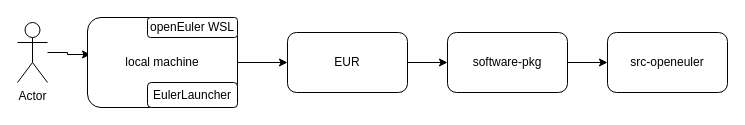
Before: developer_work_flow.drawio in pkking/mydrawio, a draw.io diagram. Source tidied: cells renumbered, new cells numbered last; positions are measured from the earlier drawing's top-left corner, leaving out a move shared by most shapes. Both pictures are drawn from the tidied source at 100%, with x=0, y=0 at pixel (17, 17).
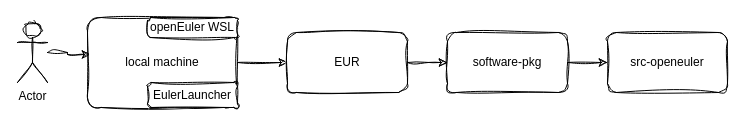
The same page after the edit.

Diff of the diagram source:
```diff
@@
 <mxGraphModel>
   <root>
     <mxCell id="0" />
     <mxCell id="1" parent="0" />
-    <mxCell id="2" style="edgeStyle=orthogonalEdgeStyle;rounded=0;jettySize=auto;html=1;entryX=0.02;entryY=0.411;entryDx=0;entryDy=0;entryPerimeter=0;" parent="1" edge="1" source="3" target="5">
+    <mxCell id="2" style="edgeStyle=orthogonalEdgeStyle;rounded=0;jettySize=auto;html=1;entryX=0.02;entryY=0.411;entryDx=0;entryDy=0;entryPerimeter=0;sketch=1;curveFitting=1;jiggle=2;" parent="1" edge="1" source="3" target="5">
       <mxGeometry relative="1" as="geometry" />
     </mxCell>
-    <mxCell id="3" value="Actor" style="shape=umlActor;verticalLabelPosition=bottom;verticalAlign=top;html=1;outlineConnect=0;" parent="1" vertex="1">
+    <mxCell id="3" value="Actor" style="shape=umlActor;verticalLabelPosition=bottom;verticalAlign=top;html=1;outlineConnect=0;sketch=1;curveFitting=1;jiggle=2;" parent="1" vertex="1">
       <mxGeometry y="5" width="30" height="60" as="geometry" />
     </mxCell>
-    <mxCell id="4" style="edgeStyle=orthogonalEdgeStyle;rounded=0;jettySize=auto;html=1;entryX=0;entryY=0.5;entryDx=0;entryDy=0;" parent="1" edge="1" source="5" target="7">
+    <mxCell id="4" style="edgeStyle=orthogonalEdgeStyle;rounded=0;jettySize=auto;html=1;entryX=0;entryY=0.5;entryDx=0;entryDy=0;sketch=1;curveFitting=1;jiggle=2;" parent="1" edge="1" source="5" target="7">
       <mxGeometry relative="1" as="geometry" />
     </mxCell>
-    <mxCell id="5" value="local machine" style="rounded=1;whiteSpace=wrap;html=1;" parent="1" vertex="1">
+    <mxCell id="5" value="local machine" style="rounded=1;whiteSpace=wrap;html=1;sketch=1;curveFitting=1;jiggle=2;" parent="1" vertex="1">
       <mxGeometry x="70" width="150" height="90" as="geometry" />
     </mxCell>
-    <mxCell id="6" style="edgeStyle=orthogonalEdgeStyle;rounded=0;jettySize=auto;html=1;" parent="1" edge="1" source="7" target="9">
+    <mxCell id="6" style="edgeStyle=orthogonalEdgeStyle;rounded=0;jettySize=auto;html=1;sketch=1;curveFitting=1;jiggle=2;" parent="1" edge="1" source="7" target="9">
       <mxGeometry relative="1" as="geometry" />
     </mxCell>
-    <mxCell id="7" value="EUR" style="rounded=1;whiteSpace=wrap;html=1;" parent="1" vertex="1">
+    <mxCell id="7" value="EUR" style="rounded=1;whiteSpace=wrap;html=1;sketch=1;curveFitting=1;jiggle=2;" parent="1" vertex="1">
       <mxGeometry x="270" y="15" width="120" height="60" as="geometry" />
     </mxCell>
-    <mxCell id="8" style="edgeStyle=orthogonalEdgeStyle;rounded=0;jettySize=auto;html=1;" parent="1" edge="1" source="9" target="10">
+    <mxCell id="8" style="edgeStyle=orthogonalEdgeStyle;rounded=0;jettySize=auto;html=1;sketch=1;curveFitting=1;jiggle=2;" parent="1" edge="1" source="9" target="10">
       <mxGeometry relative="1" as="geometry" />
     </mxCell>
-    <mxCell id="9" value="software-pkg" style="rounded=1;whiteSpace=wrap;html=1;" parent="1" vertex="1">
+    <mxCell id="9" value="software-pkg" style="rounded=1;whiteSpace=wrap;html=1;sketch=1;curveFitting=1;jiggle=2;" parent="1" vertex="1">
       <mxGeometry x="430" y="15" width="120" height="60" as="geometry" />
     </mxCell>
-    <mxCell id="10" value="src-openeuler" style="rounded=1;whiteSpace=wrap;html=1;" parent="1" vertex="1">
+    <mxCell id="10" value="src-openeuler" style="rounded=1;whiteSpace=wrap;html=1;sketch=1;curveFitting=1;jiggle=2;" parent="1" vertex="1">
       <mxGeometry x="590" y="15" width="120" height="60" as="geometry" />
     </mxCell>
-    <mxCell id="11" value="EulerLauncher" style="rounded=1;whiteSpace=wrap;html=1;" parent="1" vertex="1">
+    <mxCell id="11" value="EulerLauncher" style="rounded=1;whiteSpace=wrap;html=1;sketch=1;curveFitting=1;jiggle=2;" parent="1" vertex="1">
       <mxGeometry x="130" y="65" width="90" height="25" as="geometry" />
     </mxCell>
-    <mxCell id="12" value="openEuler WSL" style="rounded=1;whiteSpace=wrap;html=1;" parent="1" vertex="1">
+    <mxCell id="12" value="openEuler WSL" style="rounded=1;whiteSpace=wrap;html=1;sketch=1;curveFitting=1;jiggle=2;" parent="1" vertex="1">
       <mxGeometry x="130" width="90" height="20" as="geometry" />
     </mxCell>
   </root>
 </mxGraphModel>
```
